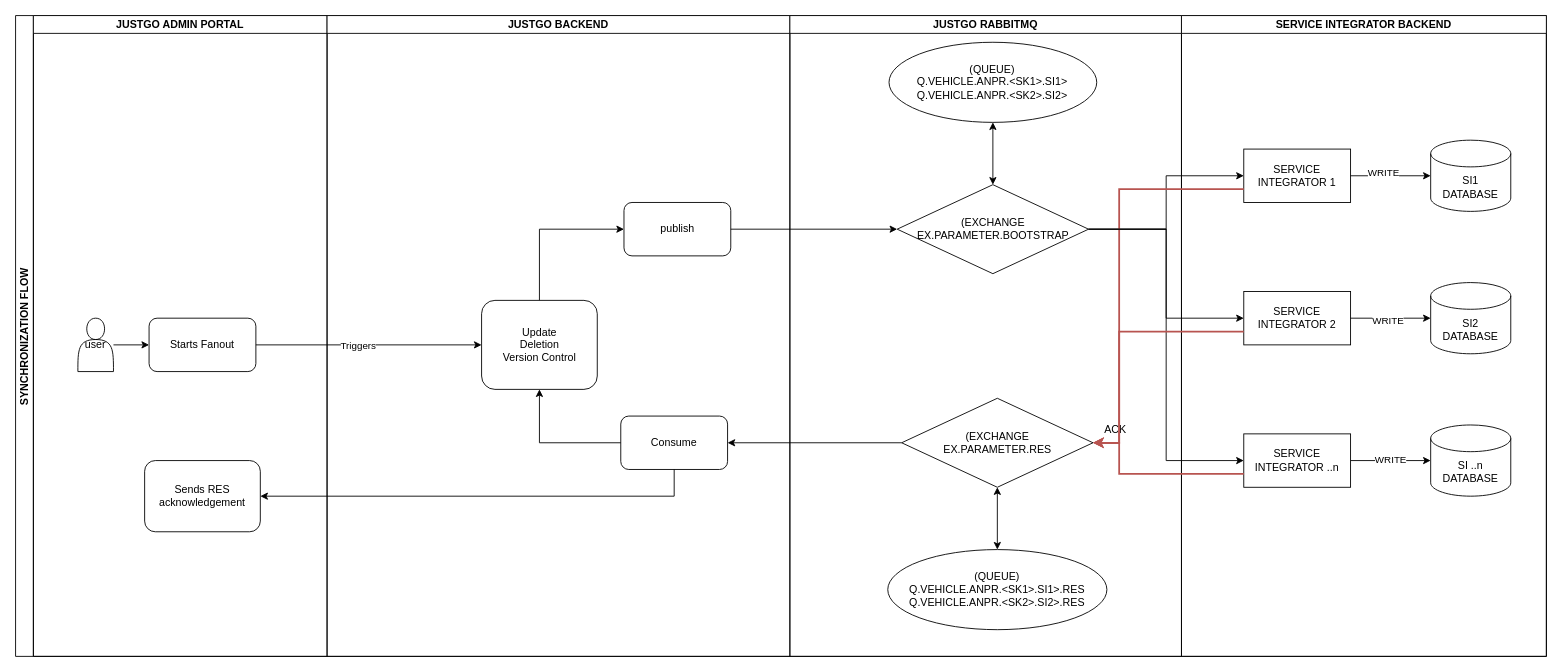
This is page "Fanout" (2 of 3) of Bootstrap.drawio from Marcus-141/DrawIOFiles, a draw.io file, before an edit. Source tidied: cells renumbered, new cells numbered last; positions are measured from the earlier drawing's top-left corner, leaving out a move shared by most shapes. Both pictures are drawn from the tidied source at 89%, with x=0, y=0 at pixel (15, 15).
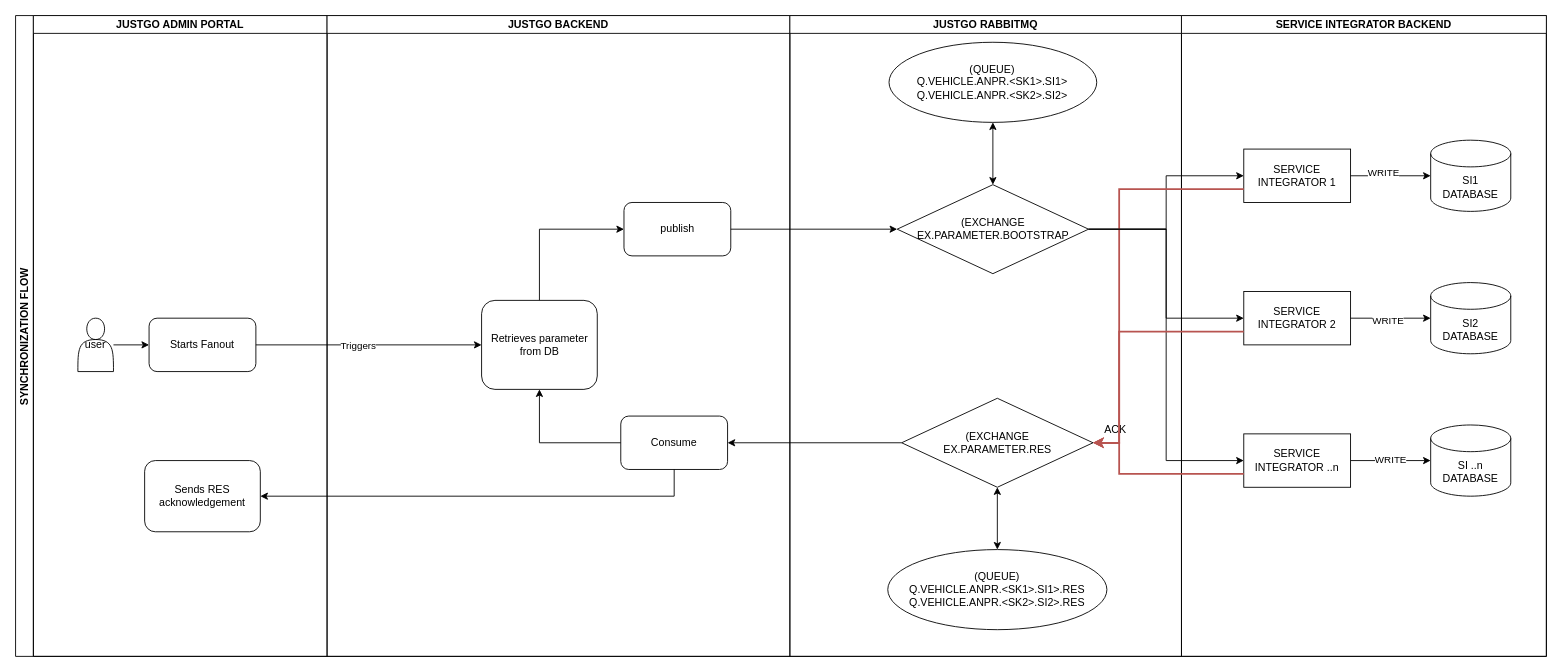
Above is the later version.

Unchanged cells that the change refers to:
```xml
<mxCell id="10" value="JUSTGO RABBITMQ" style="swimlane;startSize=20;" parent="2" vertex="1">
  <mxGeometry x="870" width="440" height="720" as="geometry" />
</mxCell>
```

Diff of the diagram source:
```diff
@@
-    <mxCell id="13" value="&lt;div&gt;&lt;span style=&quot;background-color: transparent; color: light-dark(rgb(0, 0, 0), rgb(255, 255, 255));&quot;&gt;Update&lt;/span&gt;&lt;/div&gt;&lt;div&gt;Deletion&lt;/div&gt;&lt;div&gt;Version Control&lt;/div&gt;" style="rounded=1;whiteSpace=wrap;html=1;" parent="10" vertex="1">
+    <mxCell id="13" value="Retrieves parameter from DB" style="rounded=1;whiteSpace=wrap;html=1;" parent="10" vertex="1">
       <mxGeometry x="-346.4" y="320" width="130" height="100" as="geometry" />
     </mxCell>
```
